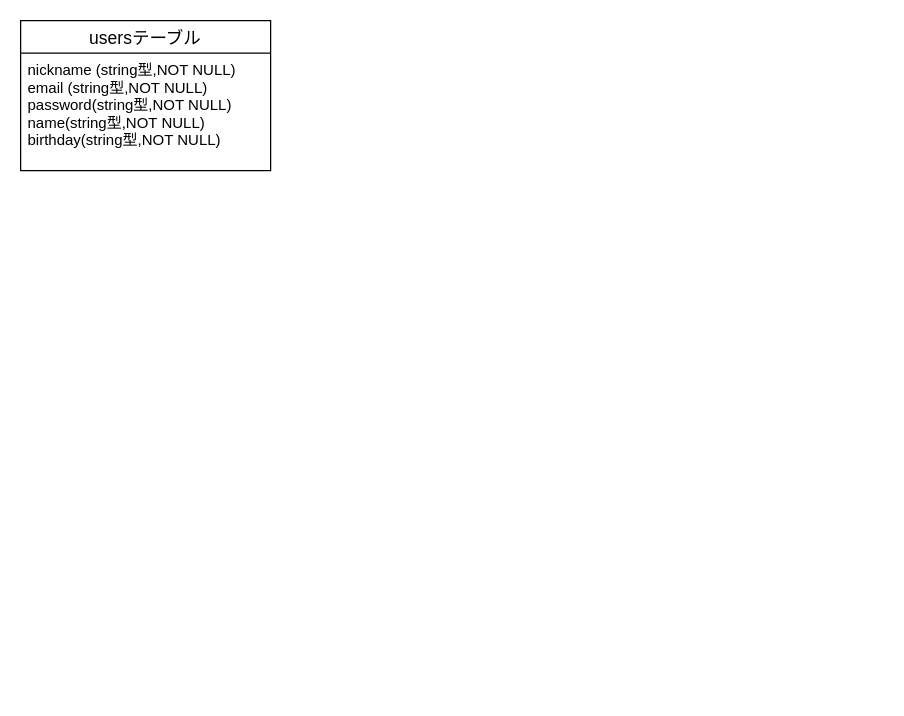
Before: furima.dio in Tokunaga-11852/furima-33456, a draw.io diagram. Source tidied: cells renumbered, new cells numbered last; positions are measured from the earlier drawing's top-left corner, leaving out a move shared by most shapes. Both pictures are drawn from the tidied source at 125%, with x=0, y=0 at pixel (20, 20).
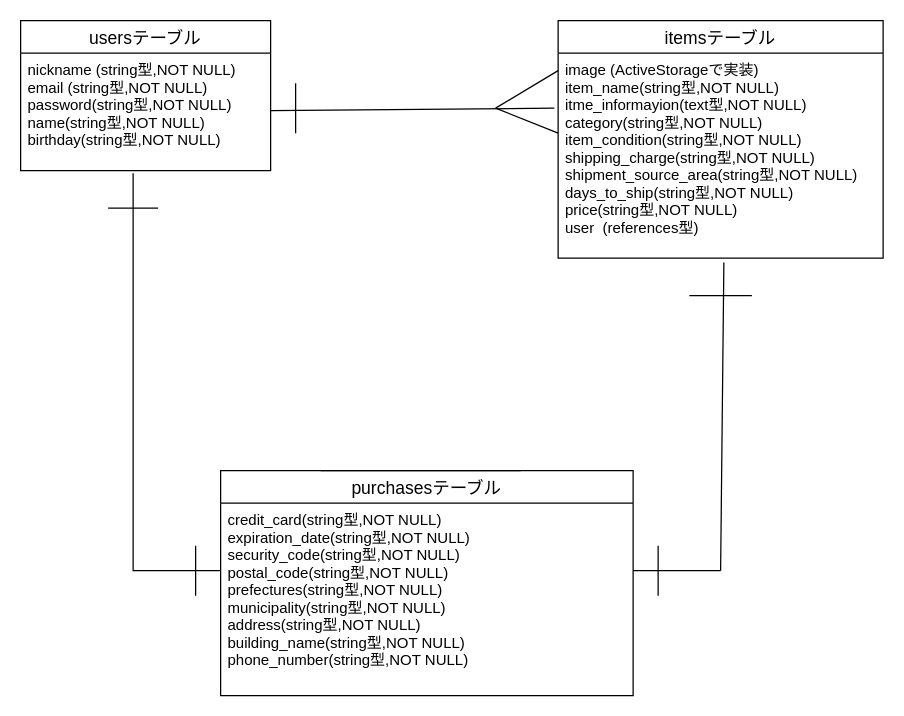
The same diagram, later.

Commit message (it also covers changes not shown here):
Secondデータベース設計

Diff of the diagram source:
```diff
@@
+    <mxCell id="5" value="itemsテーブル" style="swimlane;fontStyle=0;horizontal=1;startSize=26;align=center;fontSize=14;" parent="1" vertex="1">
+      <mxGeometry x="430" width="260" height="190" as="geometry" />
+    </mxCell>
+    <mxCell id="6" value="image (ActiveStorageで実装)&#10;item_name(string型,NOT NULL)&#10;itme_informayion(text型,NOT NULL)&#10;category(string型,NOT NULL)&#10;item_condition(string型,NOT NULL)&#10;shipping_charge(string型,NOT NULL)&#10;shipment_source_area(string型,NOT NULL)&#10;days_to_ship(string型,NOT NULL)&#10;price(string型,NOT NULL)&#10;user  (references型)" style="text;strokeColor=none;fillColor=none;spacingLeft=4;spacingRight=4;overflow=hidden;points=[[0,0.5],[1,0.5]];portConstraint=eastwest;fontSize=12;" parent="5" vertex="1">
+      <mxGeometry y="26" width="260" height="164" as="geometry" />
+    </mxCell>
+    <mxCell id="7" style="endArrow=none;html=1;rounded=0;" parent="1" edge="1">
+      <mxGeometry relative="1" as="geometry">
+        <mxPoint x="380" y="70" as="sourcePoint" />
+        <mxPoint x="430" y="40" as="targetPoint" />
+      </mxGeometry>
+    </mxCell>
+    <mxCell id="8" style="endArrow=none;html=1;rounded=0;" parent="1" edge="1">
+      <mxGeometry relative="1" as="geometry">
+        <mxPoint x="380" y="70" as="sourcePoint" />
+        <mxPoint x="430" y="90" as="targetPoint" />
+      </mxGeometry>
+    </mxCell>
+    <mxCell id="9" style="endArrow=none;html=1;rounded=0;" parent="1" edge="1">
+      <mxGeometry relative="1" as="geometry">
+        <mxPoint x="220" y="90" as="sourcePoint" />
+        <mxPoint x="220" y="50" as="targetPoint" />
+      </mxGeometry>
+    </mxCell>
-    <mxCell id="4" style="edgeStyle=orthogonalEdgeStyle;rounded=0;orthogonalLoop=1;jettySize=auto;html=1;exitX=0.5;exitY=0;exitDx=0;exitDy=0;" parent="1" edge="1">
+    <mxCell id="4" style="edgeStyle=orthogonalEdgeStyle;rounded=0;jettySize=auto;html=1;exitX=0.5;exitY=0;exitDx=0;exitDy=0;" parent="1" edge="1" source="10">
       <mxGeometry relative="1" as="geometry">
-        <mxPoint x="325" y="360" as="sourcePoint" />
         <mxPoint x="325" y="360" as="targetPoint" />
       </mxGeometry>
     </mxCell>
+    <mxCell id="10" value="purchasesテーブル" style="swimlane;fontStyle=0;horizontal=1;startSize=26;align=center;fontSize=14;" parent="1" vertex="1">
+      <mxGeometry x="160" y="360" width="330" height="180" as="geometry" />
+    </mxCell>
+    <mxCell id="11" value="credit_card(string型,NOT NULL)&#10;expiration_date(string型,NOT NULL)&#10;security_code(string型,NOT NULL)&#10;postal_code(string型,NOT NULL)&#10;prefectures(string型,NOT NULL)&#10;municipality(string型,NOT NULL)&#10;address(string型,NOT NULL)&#10;building_name(string型,NOT NULL)&#10;phone_number(string型,NOT NULL)" style="text;strokeColor=none;fillColor=none;spacingLeft=4;spacingRight=4;overflow=hidden;fontSize=12;" parent="10" vertex="1">
+      <mxGeometry y="26" width="330" height="154" as="geometry" />
+    </mxCell>
+    <mxCell id="12" style="endArrow=none;html=1;rounded=0;" parent="1" edge="1">
+      <mxGeometry relative="1" as="geometry">
+        <mxPoint x="240" y="360" as="sourcePoint" />
+        <mxPoint x="400" y="360" as="targetPoint" />
+      </mxGeometry>
+    </mxCell>
+    <mxCell id="13" style="endArrow=none;html=1;rounded=0;" parent="1" edge="1">
+      <mxGeometry relative="1" as="geometry">
+        <mxPoint x="200" y="72" as="sourcePoint" />
+        <mxPoint x="427" y="70" as="targetPoint" />
+      </mxGeometry>
+    </mxCell>
+    <mxCell id="14" style="endArrow=none;html=1;rounded=0;" parent="1" edge="1">
+      <mxGeometry relative="1" as="geometry">
+        <mxPoint x="90" y="122" as="sourcePoint" />
+        <mxPoint x="160" y="440" as="targetPoint" />
+        <Array as="points">
+          <mxPoint x="90" y="440" />
+        </Array>
+      </mxGeometry>
+    </mxCell>
+    <mxCell id="15" style="endArrow=none;html=1;rounded=0;" parent="1" edge="1">
+      <mxGeometry relative="1" as="geometry">
+        <mxPoint x="490" y="440" as="sourcePoint" />
+        <mxPoint x="560" y="440" as="targetPoint" />
+      </mxGeometry>
+    </mxCell>
+    <mxCell id="16" style="endArrow=none;html=1;rounded=0;exitX=0.51;exitY=1.021;exitDx=0;exitDy=0;exitPerimeter=0;" parent="1" edge="1" source="6">
+      <mxGeometry relative="1" as="geometry">
+        <mxPoint x="560" y="440" as="targetPoint" />
+      </mxGeometry>
+    </mxCell>
+    <mxCell id="17" style="endArrow=none;html=1;rounded=0;" parent="1" edge="1">
+      <mxGeometry relative="1" as="geometry">
+        <mxPoint x="70" y="150" as="sourcePoint" />
+        <mxPoint x="110" y="150" as="targetPoint" />
+      </mxGeometry>
+    </mxCell>
+    <mxCell id="18" style="endArrow=none;html=1;rounded=0;" parent="1" edge="1">
+      <mxGeometry relative="1" as="geometry">
+        <mxPoint x="140" y="460" as="sourcePoint" />
+        <mxPoint x="140" y="420" as="targetPoint" />
+      </mxGeometry>
+    </mxCell>
+    <mxCell id="19" style="endArrow=none;html=1;rounded=0;" parent="1" edge="1">
+      <mxGeometry relative="1" as="geometry">
+        <mxPoint x="535" y="220" as="sourcePoint" />
+        <mxPoint x="585" y="220" as="targetPoint" />
+      </mxGeometry>
+    </mxCell>
+    <mxCell id="20" style="endArrow=none;html=1;rounded=0;" parent="1" edge="1">
+      <mxGeometry relative="1" as="geometry">
+        <mxPoint x="510" y="420" as="sourcePoint" />
+        <mxPoint x="510" y="460" as="targetPoint" />
+      </mxGeometry>
+    </mxCell>
```
